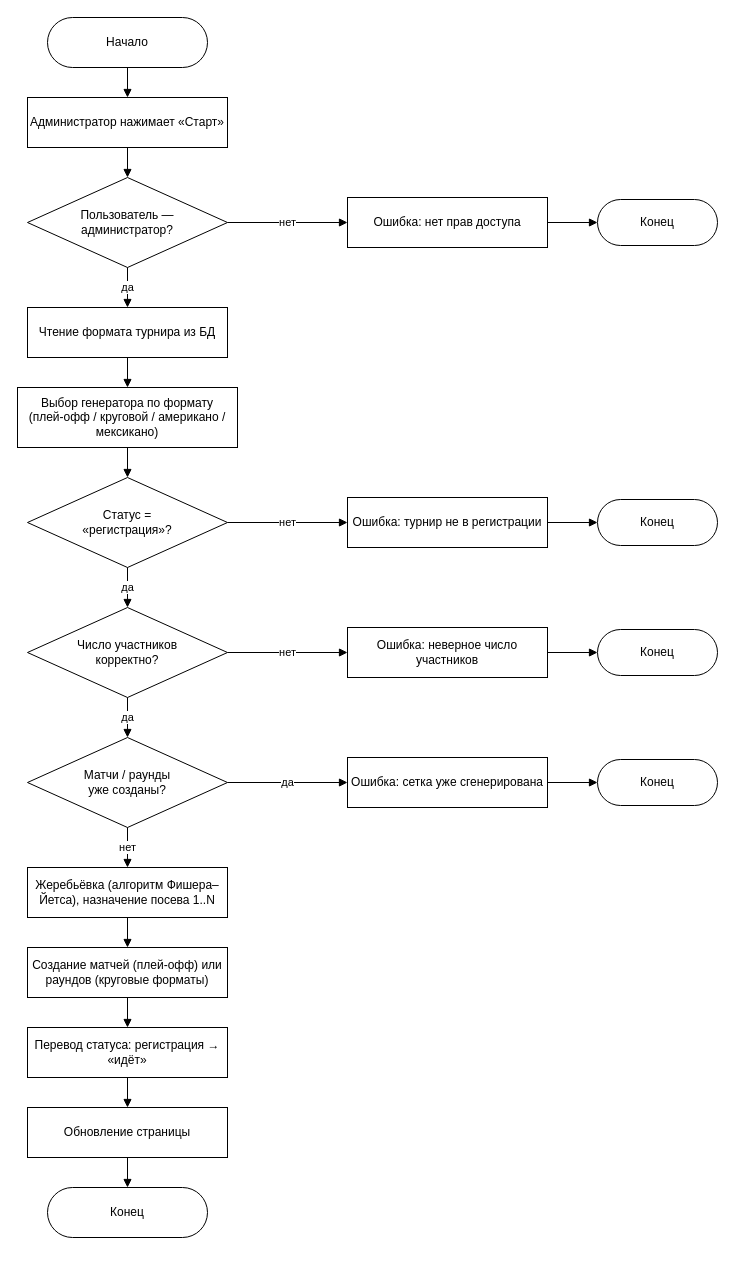
memekas/diplom keeps this draw.io diagram as docs/diagrams/07-algoritm-zapuska.drawio. Above is the earlier version. Source tidied: cells renumbered, new cells numbered last; positions are measured from the earlier drawing's top-left corner, leaving out a move shared by most shapes. Both pictures are drawn from the tidied source at 100%, with x=0, y=0 at pixel (17, 17).
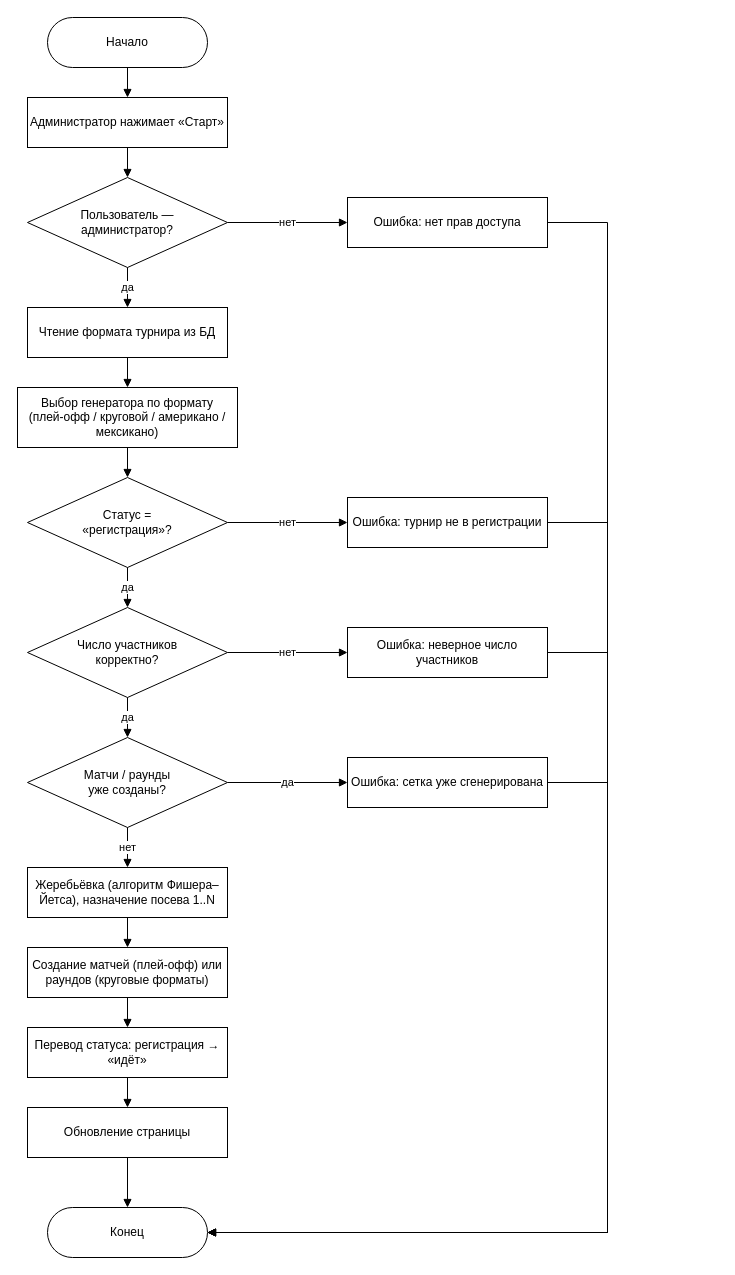
The same page after the edit.

Commit message (it also covers changes not shown here):
docs: fig 7 — единый «Конец» в блок-схеме (ГОСТ 19.701)

Сведены 5 терминаторов «Конец» в один: ветви ошибок собраны общей линией,
успешный путь входит сверху. Добавлен 07-GOST-AUDIT.md (проверка нотации +
обоснование: single-exit — нормоконтроль/структурное программирование,
не буква ГОСТ; отклонены правки, рассинхронящие схему с кодом).

Unchanged cells that the change refers to:
```xml
<mxCell id="15" value="Ошибка: нет прав доступа" style="rounded=0;whiteSpace=wrap;html=1;" parent="1" vertex="1">
  <mxGeometry x="330" y="180" width="200" height="50" as="geometry" />
</mxCell>
<mxCell id="16" value="Ошибка: турнир не в регистрации" style="rounded=0;whiteSpace=wrap;html=1;" parent="1" vertex="1">
  <mxGeometry x="330" y="480" width="200" height="50" as="geometry" />
</mxCell>
<mxCell id="17" value="Ошибка: неверное число участников" style="rounded=0;whiteSpace=wrap;html=1;" parent="1" vertex="1">
  <mxGeometry x="330" y="610" width="200" height="50" as="geometry" />
</mxCell>
<mxCell id="18" value="Ошибка: сетка уже сгенерирована" style="rounded=0;whiteSpace=wrap;html=1;" parent="1" vertex="1">
  <mxGeometry x="330" y="740" width="200" height="50" as="geometry" />
</mxCell>
```

What changed in the source:
```diff
@@
     <mxCell id="14" value="Конец" style="rounded=1;arcSize=50;whiteSpace=wrap;html=1;" parent="1" vertex="1">
-      <mxGeometry x="30" y="1170" width="160" height="50" as="geometry" />
+      <mxGeometry x="30" y="1190" width="160" height="50" as="geometry" />
     </mxCell>
@@
-    <mxCell id="19" value="Конец" style="rounded=1;arcSize=50;whiteSpace=wrap;html=1;" parent="1" vertex="1">
-      <mxGeometry x="580" y="182" width="120" height="46" as="geometry" />
-    </mxCell>
-    <mxCell id="20" value="Конец" style="rounded=1;arcSize=50;whiteSpace=wrap;html=1;" parent="1" vertex="1">
-      <mxGeometry x="580" y="482" width="120" height="46" as="geometry" />
-    </mxCell>
-    <mxCell id="21" value="Конец" style="rounded=1;arcSize=50;whiteSpace=wrap;html=1;" parent="1" vertex="1">
-      <mxGeometry x="580" y="612" width="120" height="46" as="geometry" />
-    </mxCell>
-    <mxCell id="22" value="Конец" style="rounded=1;arcSize=50;whiteSpace=wrap;html=1;" parent="1" vertex="1">
-      <mxGeometry x="580" y="742" width="120" height="46" as="geometry" />
-    </mxCell>
@@
-    <mxCell id="39" style="edgeStyle=orthogonalEdgeStyle;rounded=0;html=1;endArrow=block;exitX=1;exitY=0.5;exitDx=0;exitDy=0;entryX=0;entryY=0.5;entryDx=0;entryDy=0;" parent="1" edge="1" source="15" target="19">
-      <mxGeometry relative="1" as="geometry" />
+    <mxCell id="39" style="edgeStyle=orthogonalEdgeStyle;rounded=0;html=1;endArrow=block;exitX=1;exitY=0.5;exitDx=0;exitDy=0;entryX=1;entryY=0.5;entryDx=0;entryDy=0;" parent="1" edge="1" source="15" target="14">
+      <mxGeometry relative="1" as="geometry">
+        <Array as="points">
+          <mxPoint x="590" y="205" />
+          <mxPoint x="590" y="1215" />
+        </Array>
+      </mxGeometry>
     </mxCell>
-    <mxCell id="40" style="edgeStyle=orthogonalEdgeStyle;rounded=0;html=1;endArrow=block;exitX=1;exitY=0.5;exitDx=0;exitDy=0;entryX=0;entryY=0.5;entryDx=0;entryDy=0;" parent="1" edge="1" source="16" target="20">
-      <mxGeometry relative="1" as="geometry" />
+    <mxCell id="40" style="edgeStyle=orthogonalEdgeStyle;rounded=0;html=1;endArrow=block;exitX=1;exitY=0.5;exitDx=0;exitDy=0;entryX=1;entryY=0.5;entryDx=0;entryDy=0;" parent="1" edge="1" source="16" target="14">
+      <mxGeometry relative="1" as="geometry">
+        <Array as="points">
+          <mxPoint x="590" y="505" />
+          <mxPoint x="590" y="1215" />
+        </Array>
+      </mxGeometry>
     </mxCell>
-    <mxCell id="41" style="edgeStyle=orthogonalEdgeStyle;rounded=0;html=1;endArrow=block;exitX=1;exitY=0.5;exitDx=0;exitDy=0;entryX=0;entryY=0.5;entryDx=0;entryDy=0;" parent="1" edge="1" source="17" target="21">
-      <mxGeometry relative="1" as="geometry" />
+    <mxCell id="41" style="edgeStyle=orthogonalEdgeStyle;rounded=0;html=1;endArrow=block;exitX=1;exitY=0.5;exitDx=0;exitDy=0;entryX=1;entryY=0.5;entryDx=0;entryDy=0;" parent="1" edge="1" source="17" target="14">
+      <mxGeometry relative="1" as="geometry">
+        <Array as="points">
+          <mxPoint x="590" y="635" />
+          <mxPoint x="590" y="1215" />
+        </Array>
+      </mxGeometry>
     </mxCell>
-    <mxCell id="42" style="edgeStyle=orthogonalEdgeStyle;rounded=0;html=1;endArrow=block;exitX=1;exitY=0.5;exitDx=0;exitDy=0;entryX=0;entryY=0.5;entryDx=0;entryDy=0;" parent="1" edge="1" source="18" target="22">
-      <mxGeometry relative="1" as="geometry" />
+    <mxCell id="42" style="edgeStyle=orthogonalEdgeStyle;rounded=0;html=1;endArrow=block;exitX=1;exitY=0.5;exitDx=0;exitDy=0;entryX=1;entryY=0.5;entryDx=0;entryDy=0;" parent="1" edge="1" source="18" target="14">
+      <mxGeometry relative="1" as="geometry">
+        <Array as="points">
+          <mxPoint x="590" y="765" />
+          <mxPoint x="590" y="1215" />
+        </Array>
+      </mxGeometry>
     </mxCell>
```
